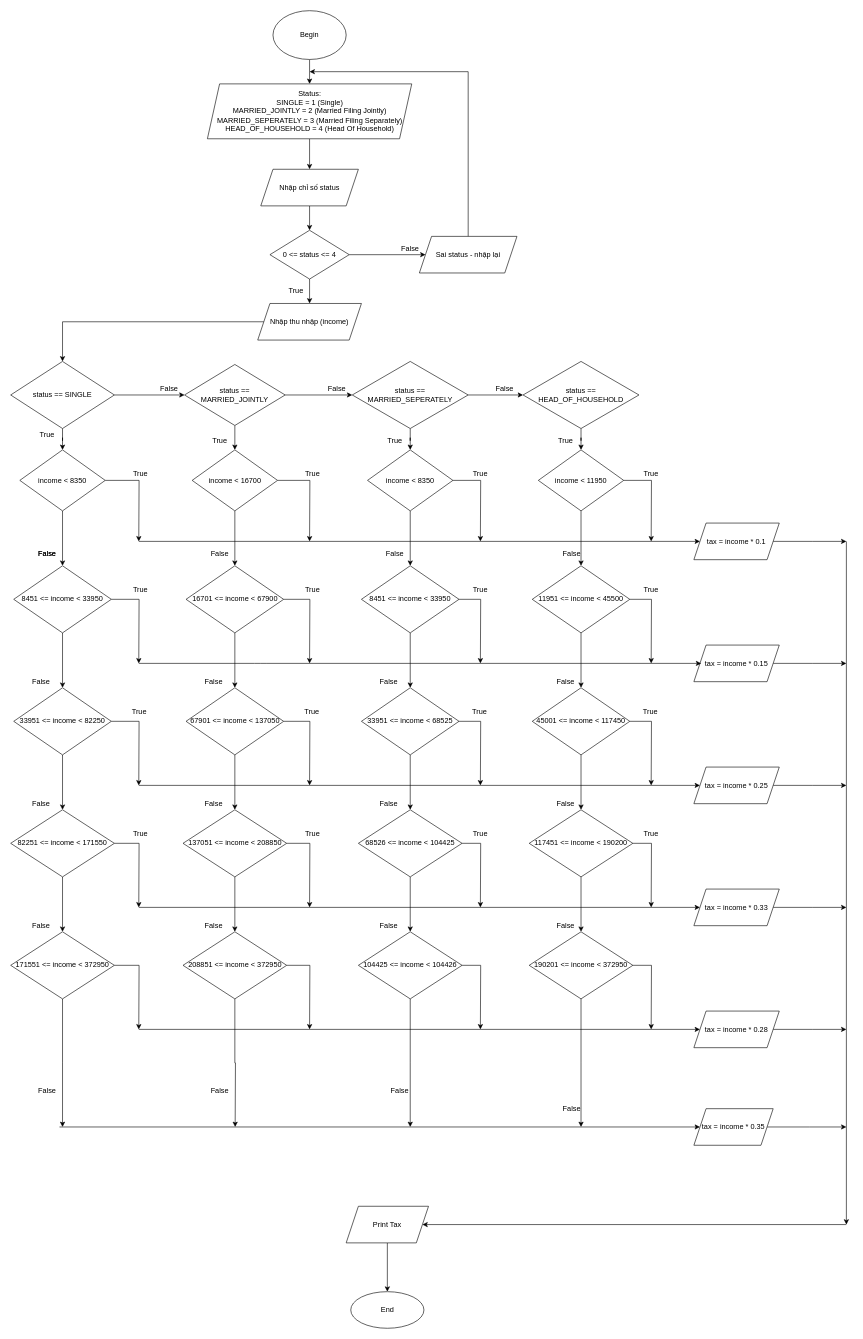
This is ComputeTax.drawio from lcnguyn23/demo, a draw.io file, before an edit. Source tidied: cells renumbered, new cells numbered last; positions are measured from the earlier drawing's top-left corner, leaving out a move shared by most shapes. Both pictures are drawn from the tidied source at 61%, with x=0, y=0 at pixel (10, 10).
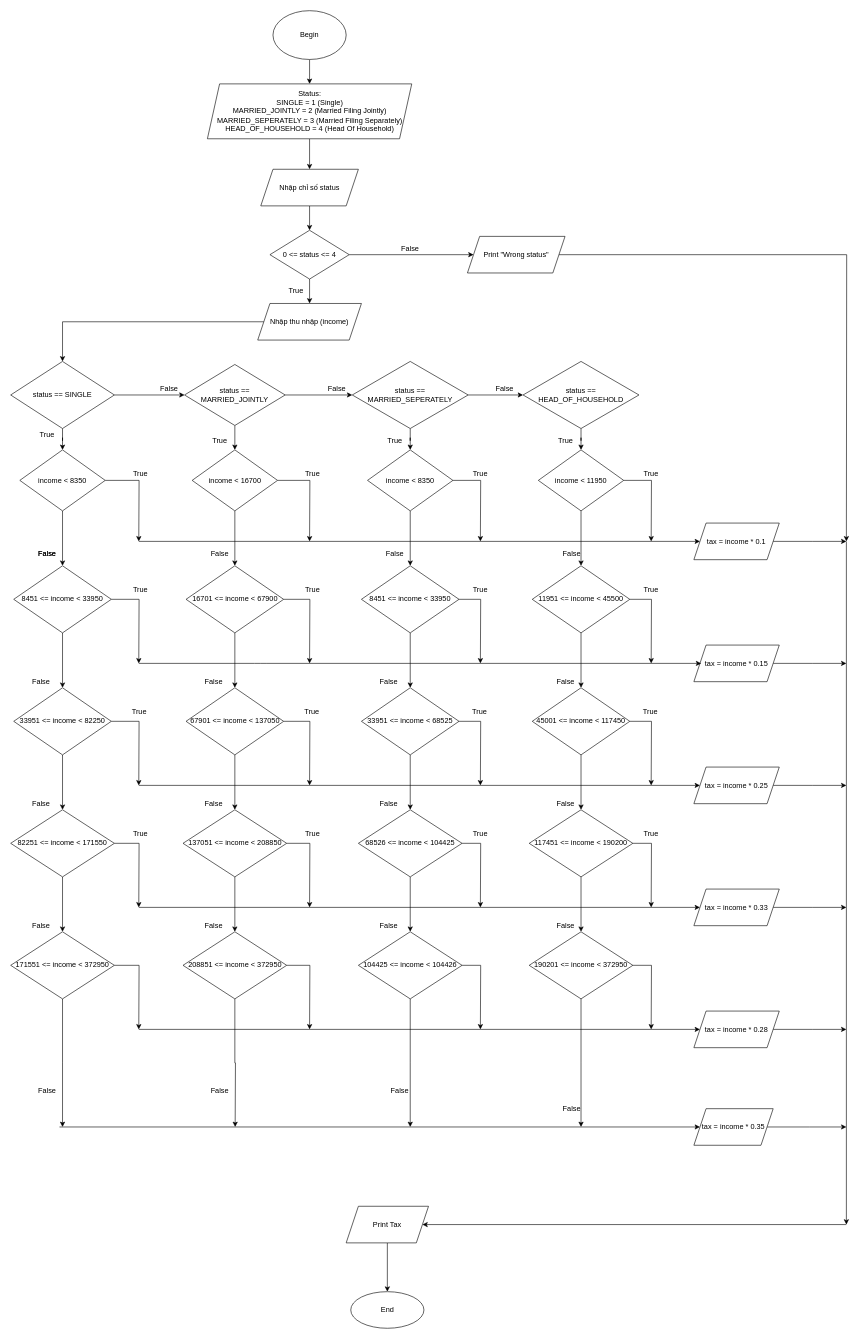
The same page after the edit.

What changed in the source:
```diff
@@
-    <mxCell id="11" style="edgeStyle=orthogonalEdgeStyle;rounded=0;jettySize=auto;html=1;" parent="1" edge="1" source="12">
-      <mxGeometry relative="1" as="geometry">
-        <mxPoint x="490" y="100" as="targetPoint" />
-        <Array as="points">
-          <mxPoint x="750" y="100" />
-        </Array>
-      </mxGeometry>
-    </mxCell>
+    <mxCell id="155" style="edgeStyle=orthogonalEdgeStyle;rounded=0;jettySize=auto;html=1;" parent="1" edge="1" source="12">
+      <mxGeometry relative="1" as="geometry">
+        <mxPoint x="1370" y="870" as="targetPoint" />
+      </mxGeometry>
+    </mxCell>
-    <mxCell id="12" value="Sai status - nhập lại" style="shape=parallelogram;perimeter=parallelogramPerimeter;whiteSpace=wrap;html=1;fixedSize=1;" parent="1" vertex="1">
-      <mxGeometry x="670" y="370" width="160" height="60" as="geometry" />
+    <mxCell id="12" value="Print &quot;Wrong status&quot;" style="shape=parallelogram;perimeter=parallelogramPerimeter;whiteSpace=wrap;html=1;fixedSize=1;" parent="1" vertex="1">
+      <mxGeometry x="748.8" y="370" width="160" height="60" as="geometry" />
     </mxCell>
```
